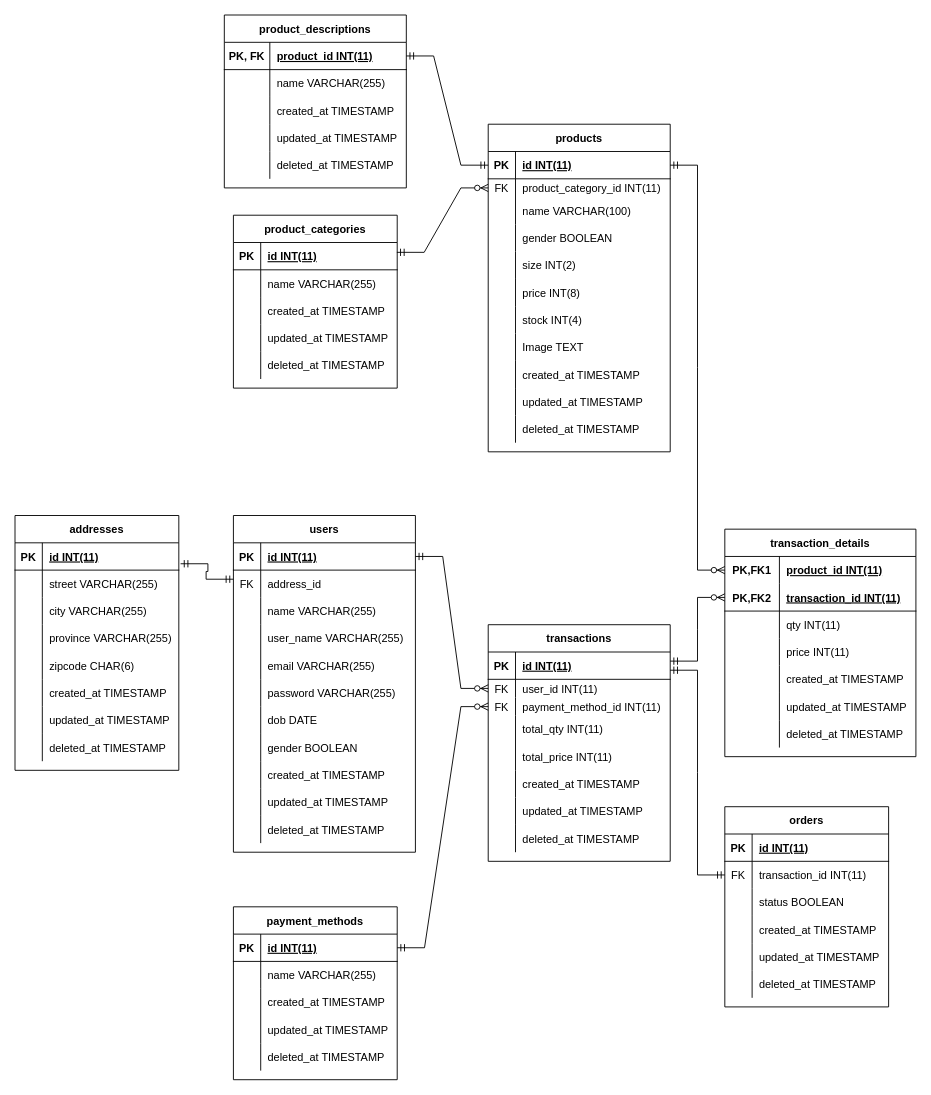
This is ERD/ERD Olshop.drawio from e-commerce-group-1/BE, a draw.io file, before an edit. Source tidied: cells renumbered, new cells numbered last; positions are measured from the earlier drawing's top-left corner, leaving out a move shared by most shapes. Both pictures are drawn from the tidied source at 91%, with x=0, y=0 at pixel (15, 15).
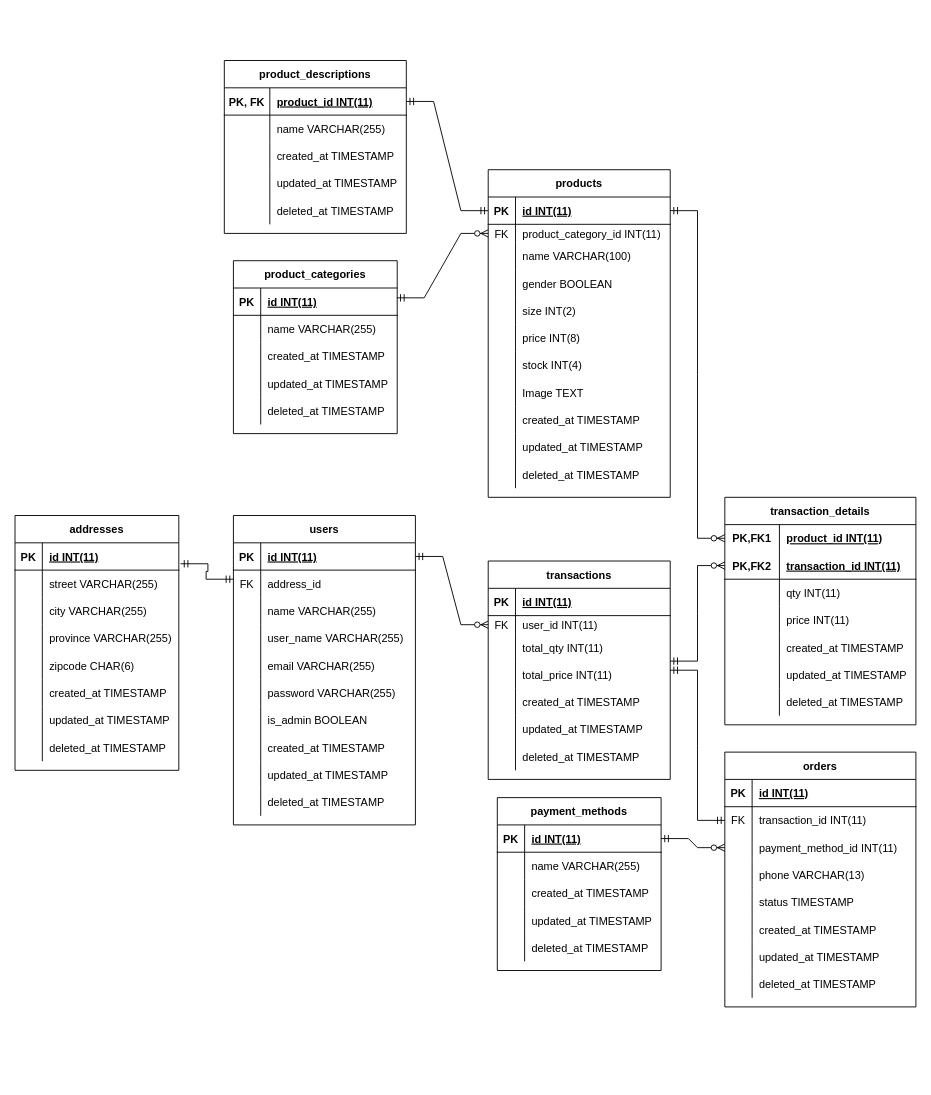
The same page after the edit.

Unchanged cells that the change refers to:
```xml
<mxCell id="21" style="shape=tableRow;horizontal=0;startSize=0;swimlaneHead=0;swimlaneBody=0;fillColor=none;top=0;left=0;right=0;bottom=0;" parent="2" vertex="1">
  <mxGeometry y="210" width="200" height="30" as="geometry" />
</mxCell>
<mxCell id="103" style="shape=tableRow;horizontal=0;startSize=0;swimlaneHead=0;swimlaneBody=0;fillColor=none;points=[[0,0.5],[1,0.5]];portConstraint=eastwest;top=0;left=0;right=0;bottom=1;" parent="102" vertex="1">
  <mxGeometry y="30" width="180" height="30" as="geometry" />
</mxCell>
```

The edit, as a diff of the source:
```diff
@@
     <mxCell id="2" value="users" style="shape=table;startSize=30;childLayout=tableLayout;rowLines=0;fontStyle=1;align=center;" parent="1" vertex="1">
-      <mxGeometry x="240" y="550" width="200" height="370" as="geometry" />
+      <mxGeometry x="240" y="550" width="200" height="340" as="geometry" />
     </mxCell>
@@
-    <mxCell id="22" style="shape=partialRectangle;fillColor=none;top=0;left=0;bottom=0;right=0;overflow=hidden;" parent="21" vertex="1">
-      <mxGeometry width="30" height="30" as="geometry" />
-    </mxCell>
-    <mxCell id="23" value="dob DATE" style="shape=partialRectangle;fillColor=none;top=0;left=0;bottom=0;right=0;align=left;spacingLeft=6;overflow=hidden;" parent="21" vertex="1">
-      <mxGeometry x="30" width="170" height="30" as="geometry" />
-    </mxCell>
-    <mxCell id="24" style="shape=tableRow;horizontal=0;startSize=0;swimlaneHead=0;swimlaneBody=0;fillColor=none;top=0;left=0;right=0;bottom=0;" parent="2" vertex="1">
-      <mxGeometry y="240" width="200" height="30" as="geometry" />
-    </mxCell>
-    <mxCell id="25" style="shape=partialRectangle;fillColor=none;top=0;left=0;bottom=0;right=0;overflow=hidden;" parent="24" vertex="1">
-      <mxGeometry width="30" height="30" as="geometry" />
-    </mxCell>
-    <mxCell id="26" value="gender BOOLEAN" style="shape=partialRectangle;fillColor=none;top=0;left=0;bottom=0;right=0;align=left;spacingLeft=6;overflow=hidden;" parent="24" vertex="1">
-      <mxGeometry x="30" width="170" height="30" as="geometry" />
-    </mxCell>
+    <mxCell id="217" style="shape=partialRectangle;fillColor=none;top=0;left=0;bottom=0;right=0;overflow=hidden;" parent="21" vertex="1">
+      <mxGeometry width="30" height="30" as="geometry" />
+    </mxCell>
+    <mxCell id="218" value="is_admin BOOLEAN" style="shape=partialRectangle;fillColor=none;top=0;left=0;bottom=0;right=0;align=left;spacingLeft=6;overflow=hidden;" parent="21" vertex="1">
+      <mxGeometry x="30" width="170" height="30" as="geometry" />
+    </mxCell>
     <mxCell id="27" style="shape=tableRow;horizontal=0;startSize=0;swimlaneHead=0;swimlaneBody=0;fillColor=none;top=0;left=0;right=0;bottom=0;" parent="2" vertex="1">
-      <mxGeometry y="270" width="200" height="30" as="geometry" />
+      <mxGeometry y="240" width="200" height="30" as="geometry" />
     </mxCell>
@@
     <mxCell id="30" style="shape=tableRow;horizontal=0;startSize=0;swimlaneHead=0;swimlaneBody=0;fillColor=none;top=0;left=0;right=0;bottom=0;" parent="2" vertex="1">
-      <mxGeometry y="300" width="200" height="30" as="geometry" />
+      <mxGeometry y="270" width="200" height="30" as="geometry" />
     </mxCell>
@@
     <mxCell id="33" style="shape=tableRow;horizontal=0;startSize=0;swimlaneHead=0;swimlaneBody=0;fillColor=none;top=0;left=0;right=0;bottom=0;" parent="2" vertex="1">
-      <mxGeometry y="330" width="200" height="30" as="geometry" />
+      <mxGeometry y="300" width="200" height="30" as="geometry" />
     </mxCell>
@@
     <mxCell id="36" value="products" style="shape=table;startSize=30;childLayout=tableLayout;rowLines=0;fontStyle=1;align=center;" parent="1" vertex="1">
-      <mxGeometry x="520" y="120" width="200" height="360" as="geometry" />
+      <mxGeometry x="520" y="170" width="200" height="360" as="geometry" />
     </mxCell>
@@
     <mxCell id="70" value="product_categories" style="shape=table;startSize=30;childLayout=tableLayout;rowLines=0;fontStyle=1;align=center;" parent="1" vertex="1">
-      <mxGeometry x="240" y="220" width="180" height="190" as="geometry" />
+      <mxGeometry x="240" y="270" width="180" height="190" as="geometry" />
     </mxCell>
@@
     <mxCell id="86" value="product_descriptions" style="shape=table;startSize=30;childLayout=tableLayout;rowLines=0;fontStyle=1;align=center;" parent="1" vertex="1">
-      <mxGeometry x="230" width="200" height="190" as="geometry" />
+      <mxGeometry x="230" y="50" width="200" height="190" as="geometry" />
     </mxCell>
@@
     <mxCell id="102" value="payment_methods" style="shape=table;startSize=30;childLayout=tableLayout;rowLines=0;fontStyle=1;align=center;" parent="1" vertex="1">
-      <mxGeometry x="240" y="980" width="180" height="190" as="geometry" />
+      <mxGeometry x="530" y="860" width="180" height="190" as="geometry" />
     </mxCell>
@@
     <mxCell id="118" value="transactions" style="shape=table;startSize=30;childLayout=tableLayout;rowLines=0;fontStyle=1;align=center;" parent="1" vertex="1">
-      <mxGeometry x="520" y="670" width="200" height="260" as="geometry" />
+      <mxGeometry x="520" y="600" width="200" height="240" as="geometry" />
     </mxCell>
@@
-    <mxCell id="125" style="shape=tableRow;horizontal=0;startSize=0;swimlaneHead=0;swimlaneBody=0;fillColor=none;points=[[0,0.5],[1,0.5]];portConstraint=eastwest;top=0;left=0;right=0;bottom=0;" parent="118" vertex="1">
-      <mxGeometry y="80" width="200" height="20" as="geometry" />
-    </mxCell>
-    <mxCell id="126" value="FK" style="shape=partialRectangle;fillColor=none;top=0;left=0;bottom=0;right=0;fontStyle=0;overflow=hidden;" parent="125" vertex="1">
-      <mxGeometry width="30" height="20" as="geometry" />
-    </mxCell>
-    <mxCell id="127" value="payment_method_id INT(11)" style="shape=partialRectangle;fillColor=none;top=0;left=0;bottom=0;right=0;align=left;spacingLeft=6;fontStyle=0;overflow=hidden;" parent="125" vertex="1">
-      <mxGeometry x="30" width="170" height="20" as="geometry" />
-    </mxCell>
     <mxCell id="128" style="shape=tableRow;horizontal=0;startSize=0;swimlaneHead=0;swimlaneBody=0;fillColor=none;top=0;left=0;right=0;bottom=0;" parent="118" vertex="1">
-      <mxGeometry y="100" width="200" height="30" as="geometry" />
+      <mxGeometry y="80" width="200" height="30" as="geometry" />
     </mxCell>
@@
     <mxCell id="131" style="shape=tableRow;horizontal=0;startSize=0;swimlaneHead=0;swimlaneBody=0;fillColor=none;top=0;left=0;right=0;bottom=0;" parent="118" vertex="1">
-      <mxGeometry y="130" width="200" height="30" as="geometry" />
+      <mxGeometry y="110" width="200" height="30" as="geometry" />
     </mxCell>
@@
     <mxCell id="134" style="shape=tableRow;horizontal=0;startSize=0;swimlaneHead=0;swimlaneBody=0;fillColor=none;top=0;left=0;right=0;bottom=0;" parent="118" vertex="1">
-      <mxGeometry y="160" width="200" height="30" as="geometry" />
+      <mxGeometry y="140" width="200" height="30" as="geometry" />
     </mxCell>
@@
     <mxCell id="137" style="shape=tableRow;horizontal=0;startSize=0;swimlaneHead=0;swimlaneBody=0;fillColor=none;top=0;left=0;right=0;bottom=0;" parent="118" vertex="1">
-      <mxGeometry y="190" width="200" height="30" as="geometry" />
+      <mxGeometry y="170" width="200" height="30" as="geometry" />
     </mxCell>
@@
     <mxCell id="140" style="shape=tableRow;horizontal=0;startSize=0;swimlaneHead=0;swimlaneBody=0;fillColor=none;top=0;left=0;right=0;bottom=0;" parent="118" vertex="1">
-      <mxGeometry y="220" width="200" height="30" as="geometry" />
+      <mxGeometry y="200" width="200" height="30" as="geometry" />
     </mxCell>
@@
     <mxCell id="143" value="transaction_details" style="shape=table;startSize=30;childLayout=tableLayout;rowLines=0;fontStyle=1;align=center;" parent="1" vertex="1">
-      <mxGeometry x="780" y="565" width="210" height="250" as="geometry" />
+      <mxGeometry x="780" y="530" width="210" height="250" as="geometry" />
     </mxCell>
@@
-    <mxCell id="165" style="edgeStyle=entityRelationEdgeStyle;fontSize=12;html=1;endArrow=ERzeroToMany;startArrow=ERmandOne;rounded=0;entryX=0;entryY=0.5;entryDx=0;entryDy=0;exitX=1;exitY=0.5;exitDx=0;exitDy=0;" parent="1" edge="1" source="103" target="125">
+    <mxCell id="165" style="edgeStyle=entityRelationEdgeStyle;fontSize=12;html=1;endArrow=ERzeroToMany;startArrow=ERmandOne;rounded=0;entryX=0;entryY=0.5;entryDx=0;entryDy=0;exitX=1;exitY=0.5;exitDx=0;exitDy=0;" parent="1" edge="1" source="103" target="219">
       <mxGeometry relative="1" as="geometry" />
     </mxCell>
@@
     <mxCell id="197" value="orders" style="shape=table;startSize=30;childLayout=tableLayout;rowLines=0;fontStyle=1;align=center;" parent="1" vertex="1">
-      <mxGeometry x="780" y="870" width="180" height="220" as="geometry" />
+      <mxGeometry x="780" y="810" width="210" height="280" as="geometry" />
     </mxCell>
     <mxCell id="198" style="shape=tableRow;horizontal=0;startSize=0;swimlaneHead=0;swimlaneBody=0;fillColor=none;top=0;left=0;right=0;bottom=1;" parent="197" vertex="1">
-      <mxGeometry y="30" width="180" height="30" as="geometry" />
+      <mxGeometry y="30" width="210" height="30" as="geometry" />
     </mxCell>
@@
     <mxCell id="200" value="id INT(11)" style="shape=partialRectangle;fillColor=none;top=0;left=0;bottom=0;right=0;align=left;spacingLeft=6;fontStyle=5;overflow=hidden;" parent="198" vertex="1">
-      <mxGeometry x="30" width="150" height="30" as="geometry" />
+      <mxGeometry x="30" width="180" height="30" as="geometry" />
     </mxCell>
     <mxCell id="201" style="shape=tableRow;horizontal=0;startSize=0;swimlaneHead=0;swimlaneBody=0;fillColor=none;points=[[0,0.5],[1,0.5]];portConstraint=eastwest;top=0;left=0;right=0;bottom=0;" parent="197" vertex="1">
-      <mxGeometry y="60" width="180" height="30" as="geometry" />
+      <mxGeometry y="60" width="210" height="30" as="geometry" />
     </mxCell>
@@
     <mxCell id="203" value="transaction_id INT(11)" style="shape=partialRectangle;fillColor=none;top=0;left=0;bottom=0;right=0;align=left;spacingLeft=6;overflow=hidden;" parent="201" vertex="1">
-      <mxGeometry x="30" width="150" height="30" as="geometry" />
+      <mxGeometry x="30" width="180" height="30" as="geometry" />
     </mxCell>
+    <mxCell id="219" style="shape=tableRow;horizontal=0;startSize=0;swimlaneHead=0;swimlaneBody=0;fillColor=none;points=[[0,0.5],[1,0.5]];portConstraint=eastwest;top=0;left=0;right=0;bottom=0;" parent="197" vertex="1">
+      <mxGeometry y="90" width="210" height="30" as="geometry" />
+    </mxCell>
+    <mxCell id="220" style="shape=partialRectangle;fillColor=none;top=0;left=0;bottom=0;right=0;overflow=hidden;" parent="219" vertex="1">
+      <mxGeometry width="30" height="30" as="geometry" />
+    </mxCell>
+    <mxCell id="127" value="payment_method_id INT(11)" style="shape=partialRectangle;fillColor=none;top=0;left=0;bottom=0;right=0;align=left;spacingLeft=6;overflow=hidden;" parent="219" vertex="1">
+      <mxGeometry x="30" width="180" height="30" as="geometry" />
+    </mxCell>
+    <mxCell id="221" style="shape=tableRow;horizontal=0;startSize=0;swimlaneHead=0;swimlaneBody=0;fillColor=none;top=0;left=0;right=0;bottom=0;" parent="197" vertex="1">
+      <mxGeometry y="120" width="210" height="30" as="geometry" />
+    </mxCell>
+    <mxCell id="222" style="shape=partialRectangle;fillColor=none;top=0;left=0;bottom=0;right=0;overflow=hidden;" parent="221" vertex="1">
+      <mxGeometry width="30" height="30" as="geometry" />
+    </mxCell>
+    <mxCell id="223" value="phone VARCHAR(13)" style="shape=partialRectangle;fillColor=none;top=0;left=0;bottom=0;right=0;align=left;spacingLeft=6;overflow=hidden;" parent="221" vertex="1">
+      <mxGeometry x="30" width="180" height="30" as="geometry" />
+    </mxCell>
     <mxCell id="204" style="shape=tableRow;horizontal=0;startSize=0;swimlaneHead=0;swimlaneBody=0;fillColor=none;top=0;left=0;right=0;bottom=0;" parent="197" vertex="1">
-      <mxGeometry y="90" width="180" height="30" as="geometry" />
+      <mxGeometry y="150" width="210" height="30" as="geometry" />
     </mxCell>
@@
-    <mxCell id="206" value="status BOOLEAN" style="shape=partialRectangle;fillColor=none;top=0;left=0;bottom=0;right=0;align=left;spacingLeft=6;overflow=hidden;" parent="204" vertex="1">
-      <mxGeometry x="30" width="150" height="30" as="geometry" />
+    <mxCell id="206" value="status TIMESTAMP" style="shape=partialRectangle;fillColor=none;top=0;left=0;bottom=0;right=0;align=left;spacingLeft=6;overflow=hidden;" parent="204" vertex="1">
+      <mxGeometry x="30" width="180" height="30" as="geometry" />
     </mxCell>
     <mxCell id="207" style="shape=tableRow;horizontal=0;startSize=0;swimlaneHead=0;swimlaneBody=0;fillColor=none;top=0;left=0;right=0;bottom=0;" parent="197" vertex="1">
-      <mxGeometry y="120" width="180" height="30" as="geometry" />
+      <mxGeometry y="180" width="210" height="30" as="geometry" />
     </mxCell>
@@
     <mxCell id="209" value="created_at TIMESTAMP" style="shape=partialRectangle;fillColor=none;top=0;left=0;bottom=0;right=0;align=left;spacingLeft=6;overflow=hidden;" parent="207" vertex="1">
-      <mxGeometry x="30" width="150" height="30" as="geometry" />
+      <mxGeometry x="30" width="180" height="30" as="geometry" />
     </mxCell>
     <mxCell id="210" style="shape=tableRow;horizontal=0;startSize=0;swimlaneHead=0;swimlaneBody=0;fillColor=none;top=0;left=0;right=0;bottom=0;" parent="197" vertex="1">
-      <mxGeometry y="150" width="180" height="30" as="geometry" />
+      <mxGeometry y="210" width="210" height="30" as="geometry" />
     </mxCell>
@@
     <mxCell id="212" value="updated_at TIMESTAMP" style="shape=partialRectangle;fillColor=none;top=0;left=0;bottom=0;right=0;align=left;spacingLeft=6;overflow=hidden;" parent="210" vertex="1">
-      <mxGeometry x="30" width="150" height="30" as="geometry" />
+      <mxGeometry x="30" width="180" height="30" as="geometry" />
     </mxCell>
     <mxCell id="213" style="shape=tableRow;horizontal=0;startSize=0;swimlaneHead=0;swimlaneBody=0;fillColor=none;top=0;left=0;right=0;bottom=0;" parent="197" vertex="1">
-      <mxGeometry y="180" width="180" height="30" as="geometry" />
+      <mxGeometry y="240" width="210" height="30" as="geometry" />
     </mxCell>
@@
     <mxCell id="215" value="deleted_at TIMESTAMP" style="shape=partialRectangle;fillColor=none;top=0;left=0;bottom=0;right=0;align=left;spacingLeft=6;overflow=hidden;" parent="213" vertex="1">
-      <mxGeometry x="30" width="150" height="30" as="geometry" />
+      <mxGeometry x="30" width="180" height="30" as="geometry" />
     </mxCell>
```
